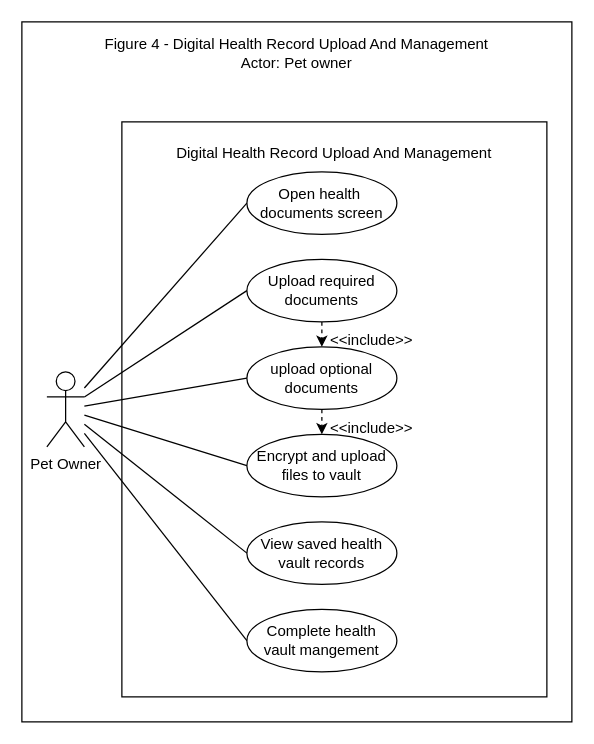
Above: page "Fig-4" (4 of 10) of USE-CASE_Diagram_Franco.drawio in Chels013/Breedr-Diagrams (draw.io), before the change. Source tidied: cells renumbered, new cells numbered last; positions are measured from the earlier drawing's top-left corner, leaving out a move shared by most shapes. Both pictures are drawn from the tidied source at 125%, with x=0, y=0 at pixel (21, 21).
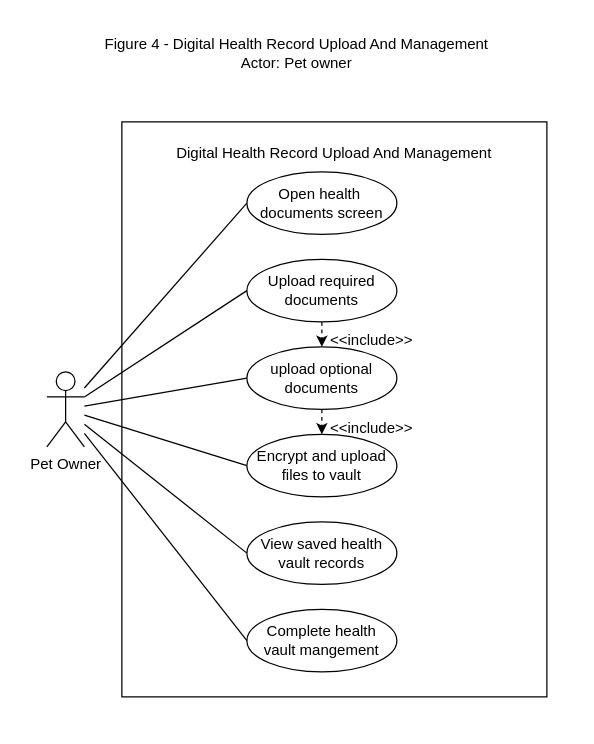
Above is the later version.

The edit, as a diff of the source:
```diff
@@
-    <mxCell id="2" style="rounded=0;whiteSpace=wrap;html=1;align=center;verticalAlign=middle;fontFamily=Helvetica;fontSize=12;fontColor=default;fillColor=none;gradientColor=none;" parent="1" vertex="1">
-      <mxGeometry width="440" height="560" as="geometry" />
-    </mxCell>
```
